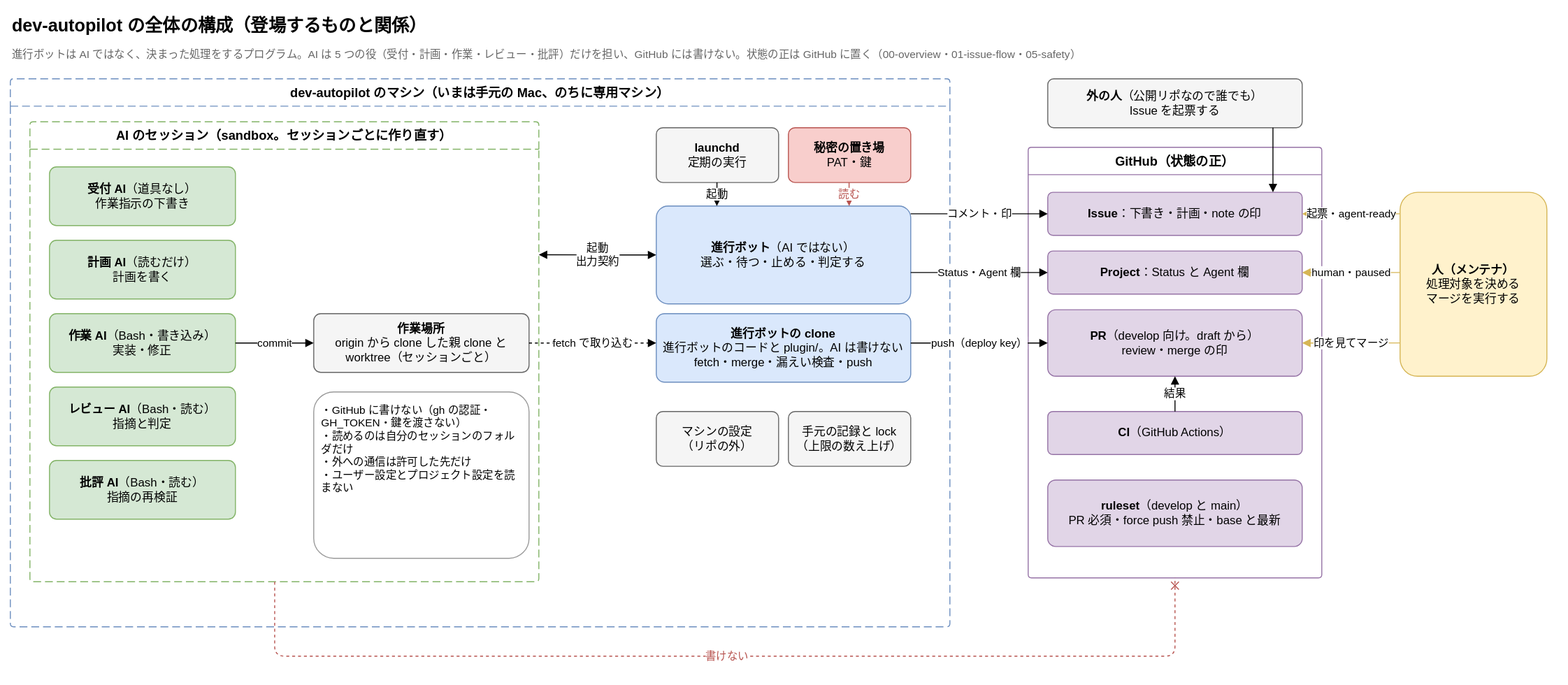
The draw.io diagram dev-autopilot/docs/diagrams/overview.drawio.svg in Joymerrevent/business-os, before a commit. Source tidied: cells renumbered, new cells last; positions are measured from the earlier drawing's top-left corner, leaving out a move shared by most shapes.
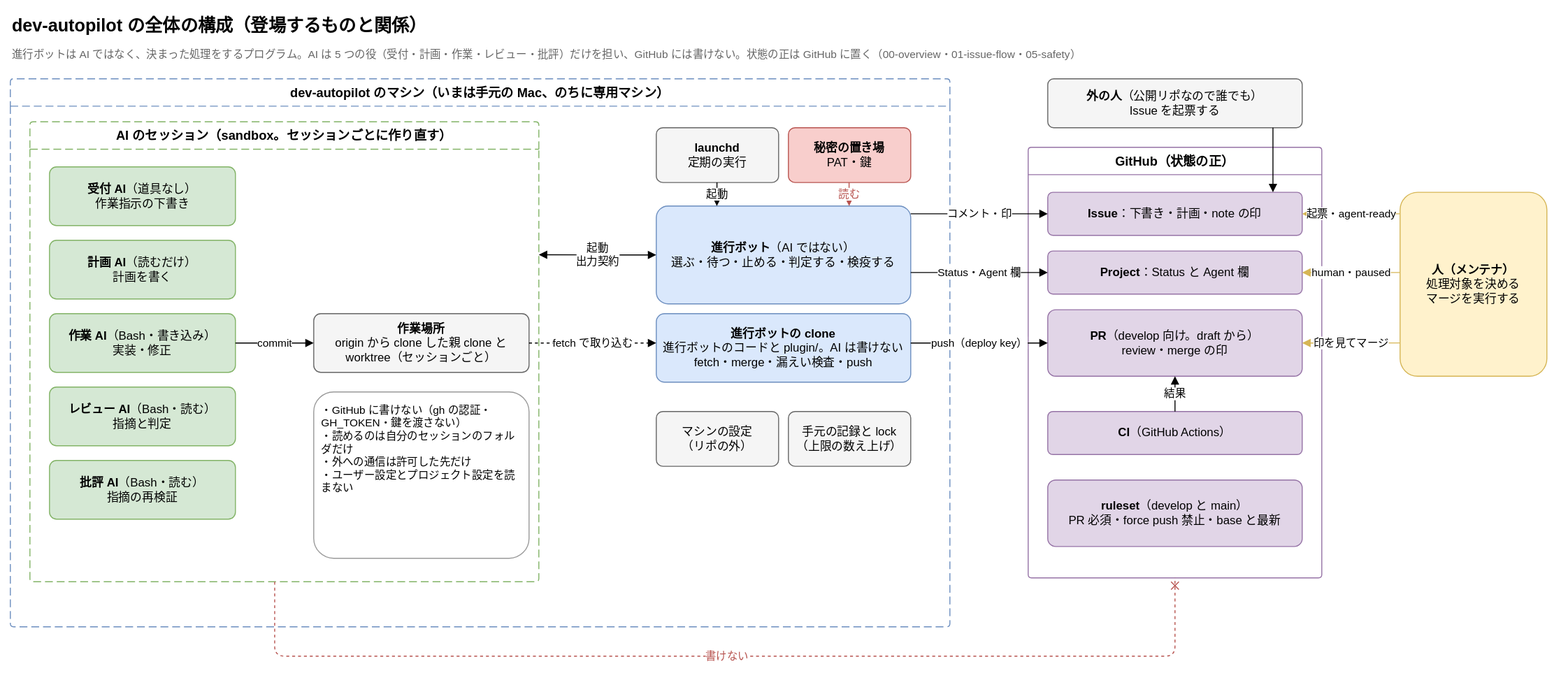
Above is the later version.

Commit message:
docs(dev-autopilot): 全体の構成の図の進行ボットの役割に検疫を戻す

前のコミットで進行ボットの箱を一言にそろえたとき、役割から検疫まで外していた。
役割の列を「選ぶ・待つ・止める・判定する・検疫する」にする。

The edit, as a diff of the source:
```diff
@@ -41,7 +41,7 @@
     <mxCell id="14" value="&lt;b&gt;秘密の置き場&lt;/b&gt;&lt;br&gt;PAT・鍵" style="rounded=1;whiteSpace=wrap;html=1;fontSize=12;arcSize=12;fillColor=#f8cecc;strokeColor=#b85450;" parent="1" vertex="1">
       <mxGeometry x="795" y="120" width="125" height="56" as="geometry" />
     </mxCell>
-    <mxCell id="15" value="&lt;b&gt;進行ボット&lt;/b&gt;（AI ではない）&lt;br&gt;選ぶ・待つ・止める・判定する" style="rounded=1;whiteSpace=wrap;html=1;fontSize=12;arcSize=12;fillColor=#dae8fc;strokeColor=#6c8ebf;" parent="1" vertex="1">
+    <mxCell id="15" value="&lt;b&gt;進行ボット&lt;/b&gt;（AI ではない）&lt;br&gt;選ぶ・待つ・止める・判定する・検疫する" style="rounded=1;whiteSpace=wrap;html=1;fontSize=12;arcSize=12;fillColor=#dae8fc;strokeColor=#6c8ebf;" parent="1" vertex="1">
       <mxGeometry x="660" y="200" width="260" height="100" as="geometry" />
     </mxCell>
     <mxCell id="16" value="&lt;b&gt;進行ボットの clone&lt;/b&gt;&lt;br&gt;進行ボットのコードと plugin/。AI は書けない&lt;br&gt;fetch・merge・漏えい検査・push" style="rounded=1;whiteSpace=wrap;html=1;fontSize=12;arcSize=12;fillColor=#dae8fc;strokeColor=#6c8ebf;" parent="1" vertex="1">
```
